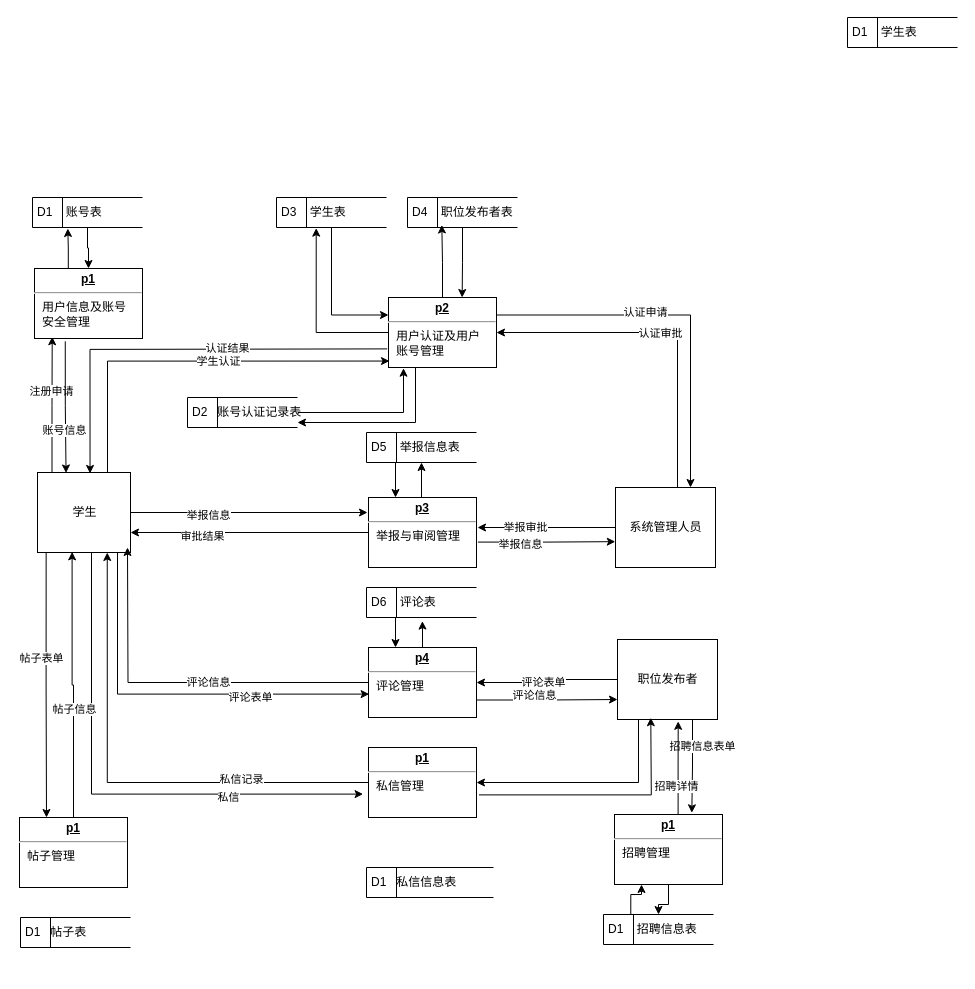
Above: secondFlayer.drawio in JohnnyLin12/GJR_BBS (draw.io), before the change. Source tidied: cells renumbered, new cells numbered last; positions are measured from the earlier drawing's top-left corner, leaving out a move shared by most shapes. Both pictures are drawn from the tidied source at 100%, with x=0, y=0 at pixel (19, 17).
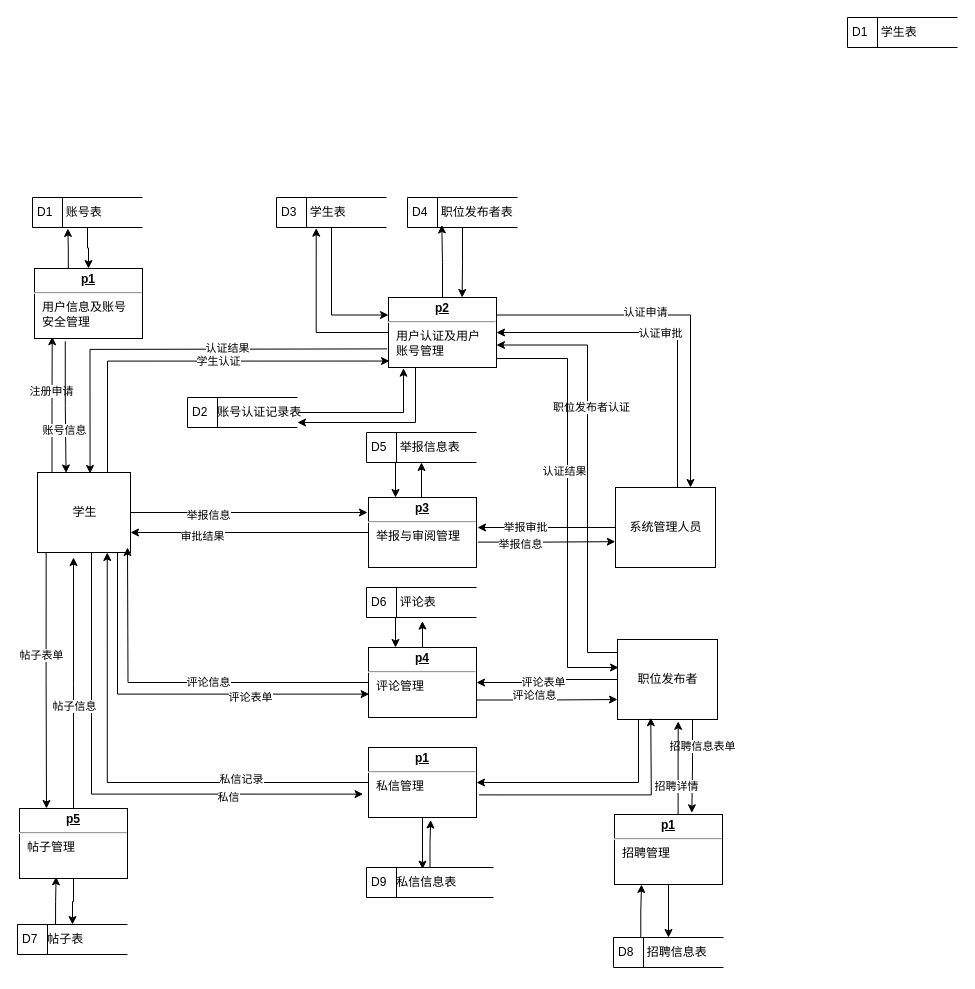
After the change.

The change refers to these unchanged cells:
```xml
<mxCell id="15" value="学生" style="html=1;dashed=0;whitespace=wrap;" parent="1" vertex="1">
  <mxGeometry x="18" y="455" width="93" height="80" as="geometry" />
</mxCell>
<mxCell id="74" value="&lt;p style=&quot;margin: 0px ; margin-top: 4px ; text-align: center ; text-decoration: underline&quot;&gt;&lt;b&gt;p1&lt;/b&gt;&lt;/p&gt;&lt;hr&gt;&lt;p style=&quot;margin: 0px ; margin-left: 8px&quot;&gt;私信管理&lt;/p&gt;" style="verticalAlign=top;align=left;overflow=fill;fontSize=12;fontFamily=Helvetica;html=1;" parent="1" vertex="1">
  <mxGeometry x="349" y="730" width="108" height="70" as="geometry" />
</mxCell>
```

Change to the diagram source:
```diff
@@
+    <mxCell id="78" style="edgeStyle=orthogonalEdgeStyle;rounded=0;orthogonalLoop=1;jettySize=auto;html=1;entryX=1;entryY=0.75;entryDx=0;entryDy=0;" parent="1" edge="1">
+      <mxGeometry relative="1" as="geometry">
+        <mxPoint x="598" y="635" as="sourcePoint" />
+        <mxPoint x="477" y="327.5" as="targetPoint" />
+        <Array as="points">
+          <mxPoint x="568" y="635" />
+          <mxPoint x="568" y="328" />
+        </Array>
+      </mxGeometry>
+    </mxCell>
+    <mxCell id="79" value="职位发布者认证" style="edgeLabel;html=1;align=center;verticalAlign=middle;" parent="78" vertex="1">
+      <mxGeometry x="0.29" y="-3" relative="1" as="geometry" />
+    </mxCell>
@@
+    <mxCell id="80" style="edgeStyle=orthogonalEdgeStyle;rounded=0;orthogonalLoop=1;jettySize=auto;html=1;" parent="1" edge="1">
+      <mxGeometry relative="1" as="geometry">
+        <mxPoint x="477" y="341" as="sourcePoint" />
+        <mxPoint x="599" y="650" as="targetPoint" />
+        <Array as="points">
+          <mxPoint x="548" y="341" />
+          <mxPoint x="548" y="650" />
+          <mxPoint x="599" y="650" />
+        </Array>
+      </mxGeometry>
+    </mxCell>
+    <mxCell id="81" value="认证结果" style="edgeLabel;html=1;align=center;verticalAlign=middle;" parent="80" vertex="1">
+      <mxGeometry x="-0.15" y="-4" relative="1" as="geometry" />
+    </mxCell>
@@
+    <mxCell id="82" style="edgeStyle=orthogonalEdgeStyle;rounded=0;jettySize=auto;html=1;entryX=0.339;entryY=0.976;entryDx=0;entryDy=0;entryPerimeter=0;exitX=0.346;exitY=0.079;exitDx=0;exitDy=0;exitPerimeter=0;" parent="1" edge="1" source="39" target="42">
+      <mxGeometry relative="1" as="geometry" />
+    </mxCell>
-    <mxCell id="39" value="D1&amp;nbsp; &amp;nbsp;帖子表" style="html=1;dashed=0;whitespace=wrap;shape=mxgraph.dfd.dataStoreID;align=left;spacingLeft=3;points=[[0,0],[0.5,0],[1,0],[0,0.5],[1,0.5],[0,1],[0.5,1],[1,1]];" parent="1" vertex="1">
-      <mxGeometry x="1" y="900" width="110" height="30" as="geometry" />
+    <mxCell id="39" value="D7&amp;nbsp; &amp;nbsp;帖子表" style="html=1;dashed=0;whitespace=wrap;shape=mxgraph.dfd.dataStoreID;align=left;spacingLeft=3;points=[[0,0],[0.5,0],[1,0],[0,0.5],[1,0.5],[0,1],[0.5,1],[1,1]];" parent="1" vertex="1">
+      <mxGeometry x="-2" y="907" width="110" height="30" as="geometry" />
     </mxCell>
-    <mxCell id="40" style="edgeStyle=orthogonalEdgeStyle;rounded=0;jettySize=auto;html=1;entryX=0.372;entryY=0.992;entryDx=0;entryDy=0;entryPerimeter=0;" parent="1" edge="1" source="42" target="15">
-      <mxGeometry relative="1" as="geometry" />
+    <mxCell id="40" style="edgeStyle=orthogonalEdgeStyle;rounded=0;jettySize=auto;html=1;" parent="1" edge="1" source="42">
+      <mxGeometry relative="1" as="geometry">
+        <mxPoint x="54" y="540" as="targetPoint" />
+      </mxGeometry>
     </mxCell>
@@
+    <mxCell id="83" style="edgeStyle=orthogonalEdgeStyle;rounded=0;jettySize=auto;html=1;" parent="1" edge="1" source="42" target="39">
+      <mxGeometry relative="1" as="geometry" />
+    </mxCell>
-    <mxCell id="42" value="&lt;p style=&quot;margin: 0px ; margin-top: 4px ; text-align: center ; text-decoration: underline&quot;&gt;&lt;b&gt;p1&lt;/b&gt;&lt;/p&gt;&lt;hr&gt;&lt;p style=&quot;margin: 0px ; margin-left: 8px&quot;&gt;帖子管理&lt;/p&gt;" style="verticalAlign=top;align=left;overflow=fill;fontSize=12;fontFamily=Helvetica;html=1;" parent="1" vertex="1">
-      <mxGeometry y="800" width="108" height="70" as="geometry" />
+    <mxCell id="42" value="&lt;p style=&quot;margin: 0px ; margin-top: 4px ; text-align: center ; text-decoration: underline&quot;&gt;&lt;b&gt;p5&lt;/b&gt;&lt;/p&gt;&lt;hr&gt;&lt;p style=&quot;margin: 0px ; margin-left: 8px&quot;&gt;帖子管理&lt;/p&gt;" style="verticalAlign=top;align=left;overflow=fill;fontSize=12;fontFamily=Helvetica;html=1;" parent="1" vertex="1">
+      <mxGeometry y="791" width="108" height="70" as="geometry" />
     </mxCell>
@@
-    <mxCell id="60" value="D1&amp;nbsp; &amp;nbsp; 招聘信息表" style="html=1;dashed=0;whitespace=wrap;shape=mxgraph.dfd.dataStoreID;align=left;spacingLeft=3;points=[[0,0],[0.5,0],[1,0],[0,0.5],[1,0.5],[0,1],[0.5,1],[1,1]];" parent="1" vertex="1">
-      <mxGeometry x="584" y="897" width="110" height="30" as="geometry" />
+    <mxCell id="60" value="D8&amp;nbsp; &amp;nbsp; 招聘信息表" style="html=1;dashed=0;whitespace=wrap;shape=mxgraph.dfd.dataStoreID;align=left;spacingLeft=3;points=[[0,0],[0.5,0],[1,0],[0,0.5],[1,0.5],[0,1],[0.5,1],[1,1]];" parent="1" vertex="1">
+      <mxGeometry x="594" y="920" width="110" height="30" as="geometry" />
     </mxCell>
@@
+    <mxCell id="84" style="edgeStyle=orthogonalEdgeStyle;rounded=0;jettySize=auto;html=1;entryX=0.441;entryY=0.054;entryDx=0;entryDy=0;entryPerimeter=0;" parent="1" edge="1" source="74" target="77">
+      <mxGeometry relative="1" as="geometry" />
+    </mxCell>
@@
+    <mxCell id="85" style="edgeStyle=orthogonalEdgeStyle;rounded=0;jettySize=auto;html=1;entryX=0.576;entryY=1.036;entryDx=0;entryDy=0;entryPerimeter=0;" parent="1" edge="1" source="77" target="74">
+      <mxGeometry relative="1" as="geometry" />
+    </mxCell>
-    <mxCell id="77" value="D1&amp;nbsp; &amp;nbsp;私信信息表" style="html=1;dashed=0;whitespace=wrap;shape=mxgraph.dfd.dataStoreID;align=left;spacingLeft=3;points=[[0,0],[0.5,0],[1,0],[0,0.5],[1,0.5],[0,1],[0.5,1],[1,1]];" parent="1" vertex="1">
+    <mxCell id="77" value="D9&amp;nbsp; &amp;nbsp;私信信息表" style="html=1;dashed=0;whitespace=wrap;shape=mxgraph.dfd.dataStoreID;align=left;spacingLeft=3;points=[[0,0],[0.5,0],[1,0],[0,0.5],[1,0.5],[0,1],[0.5,1],[1,1]];" parent="1" vertex="1">
       <mxGeometry x="347" y="850" width="127" height="30" as="geometry" />
     </mxCell>
```
